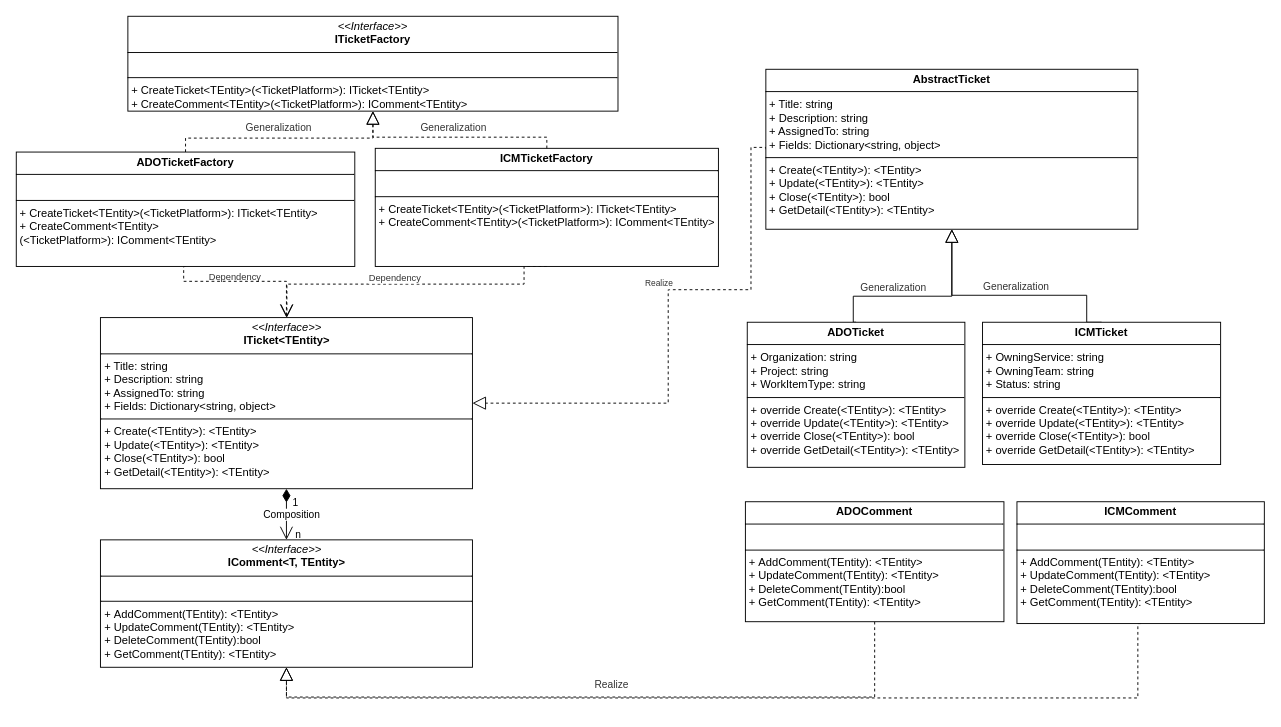
Before: page "Page-10" (10 of 11) of 2.drawio in hy986/Repo_0110, a draw.io diagram. Source tidied: cells renumbered, new cells numbered last; positions are measured from the earlier drawing's top-left corner, leaving out a move shared by most shapes. Both pictures are drawn from the tidied source at 93%, with x=0, y=0 at pixel (16, 16).
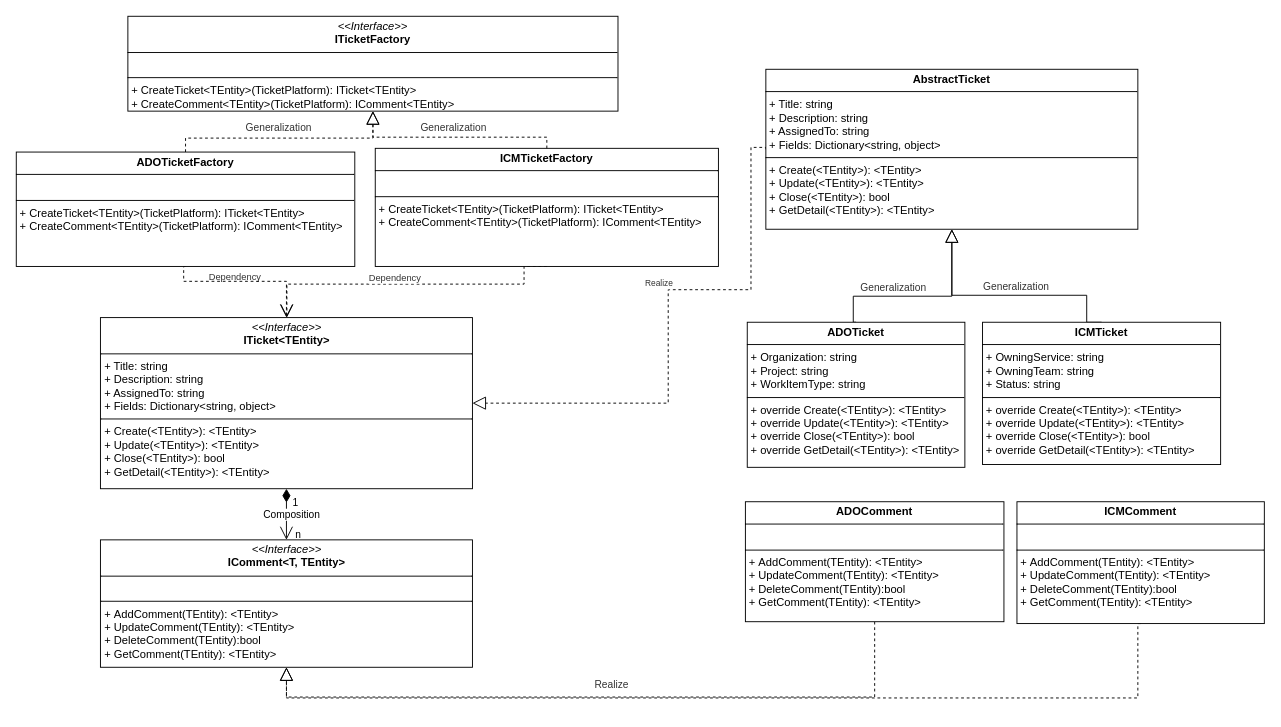
The same diagram, later.

What changed in the source:
```diff
@@
-    <mxCell id="6" value="&lt;p style=&quot;margin:0px;margin-top:4px;text-align:center;&quot;&gt;&lt;i&gt;&amp;lt;&amp;lt;Interface&amp;gt;&amp;gt;&lt;/i&gt;&lt;br&gt;&lt;b&gt;ITicket&amp;lt;TEntity&amp;gt;&lt;/b&gt;&lt;/p&gt;&lt;hr size=&quot;1&quot; style=&quot;border-style:solid;&quot;&gt;&lt;p style=&quot;margin:0px;margin-left:4px;&quot;&gt;+ Title: string&lt;br&gt;+ Description: string&lt;/p&gt;&lt;p style=&quot;margin:0px;margin-left:4px;&quot;&gt;+ AssignedTo: string&lt;/p&gt;&lt;p style=&quot;margin:0px;margin-left:4px;&quot;&gt;+ Fields: Dictionary&amp;lt;string, object&amp;gt;&lt;/p&gt;&lt;hr size=&quot;1&quot; style=&quot;border-style:solid;&quot;&gt;&lt;p style=&quot;margin:0px;margin-left:4px;&quot;&gt;+ Create(&amp;lt;&lt;span style=&quot;text-align: center;&quot;&gt;TEntity&lt;/span&gt;&amp;gt;&lt;span style=&quot;background-color: initial;&quot;&gt;): &amp;lt;&lt;/span&gt;&lt;span style=&quot;text-align: center;&quot;&gt;TEntity&lt;/span&gt;&lt;span style=&quot;background-color: initial;&quot;&gt;&amp;gt;&lt;/span&gt;&lt;/p&gt;&lt;p style=&quot;margin:0px;margin-left:4px;&quot;&gt;+ Update(&amp;lt;&lt;span style=&quot;text-align: center;&quot;&gt;TEntity&lt;/span&gt;&amp;gt;):&amp;nbsp;&lt;span style=&quot;background-color: initial;&quot;&gt;&amp;lt;&lt;/span&gt;&lt;span style=&quot;text-align: center;&quot;&gt;TEntity&lt;/span&gt;&lt;span style=&quot;background-color: initial;&quot;&gt;&amp;gt;&lt;/span&gt;&lt;/p&gt;&lt;p style=&quot;margin:0px;margin-left:4px;&quot;&gt;+&amp;nbsp;Close(&lt;span style=&quot;background-color: initial;&quot;&gt;&amp;lt;&lt;/span&gt;TEntity&lt;span style=&quot;background-color: initial;&quot;&gt;&amp;gt;&lt;/span&gt;&lt;span style=&quot;background-color: initial;&quot;&gt;): bool&lt;/span&gt;&lt;/p&gt;&lt;p style=&quot;margin:0px;margin-left:4px;&quot;&gt;+ GetDetail(&lt;span style=&quot;background-color: initial;&quot;&gt;&amp;lt;&lt;/span&gt;TEntity&lt;span style=&quot;background-color: initial;&quot;&gt;&amp;gt;&lt;/span&gt;&lt;span style=&quot;background-color: initial;&quot;&gt;): &amp;lt;&lt;/span&gt;&lt;span style=&quot;text-align: center;&quot;&gt;TEntity&lt;/span&gt;&lt;span style=&quot;background-color: initial;&quot;&gt;&amp;gt;&lt;/span&gt;&lt;/p&gt;" style="verticalAlign=top;align=left;overflow=fill;html=1;whiteSpace=wrap;" parent="1" vertex="1">
+    <mxCell id="6" value="&lt;p style=&quot;margin:0px;margin-top:4px;text-align:center;&quot;&gt;&lt;i&gt;&amp;lt;&amp;lt;Interface&amp;gt;&amp;gt;&lt;/i&gt;&lt;br&gt;&lt;b&gt;ITicket&amp;lt;TEntity&amp;gt;&lt;/b&gt;&lt;/p&gt;&lt;hr size=&quot;1&quot; style=&quot;border-style:solid;&quot;&gt;&lt;p style=&quot;margin:0px;margin-left:4px;&quot;&gt;+ Title: string&lt;br&gt;+ Description: string&lt;/p&gt;&lt;p style=&quot;margin:0px;margin-left:4px;&quot;&gt;+ AssignedTo: string&lt;br&gt;&lt;/p&gt;&lt;p style=&quot;margin:0px;margin-left:4px;&quot;&gt;+ Fields: Dictionary&amp;lt;string, object&amp;gt;&lt;/p&gt;&lt;hr size=&quot;1&quot; style=&quot;border-style:solid;&quot;&gt;&lt;p style=&quot;margin:0px;margin-left:4px;&quot;&gt;+ Create(&amp;lt;&lt;span style=&quot;text-align: center;&quot;&gt;TEntity&lt;/span&gt;&amp;gt;&lt;span style=&quot;background-color: initial;&quot;&gt;): &amp;lt;&lt;/span&gt;&lt;span style=&quot;text-align: center;&quot;&gt;TEntity&lt;/span&gt;&lt;span style=&quot;background-color: initial;&quot;&gt;&amp;gt;&lt;/span&gt;&lt;/p&gt;&lt;p style=&quot;margin:0px;margin-left:4px;&quot;&gt;+ Update(&amp;lt;&lt;span style=&quot;text-align: center;&quot;&gt;TEntity&lt;/span&gt;&amp;gt;):&amp;nbsp;&lt;span style=&quot;background-color: initial;&quot;&gt;&amp;lt;&lt;/span&gt;&lt;span style=&quot;text-align: center;&quot;&gt;TEntity&lt;/span&gt;&lt;span style=&quot;background-color: initial;&quot;&gt;&amp;gt;&lt;/span&gt;&lt;/p&gt;&lt;p style=&quot;margin:0px;margin-left:4px;&quot;&gt;+&amp;nbsp;Close(&lt;span style=&quot;background-color: initial;&quot;&gt;&amp;lt;&lt;/span&gt;TEntity&lt;span style=&quot;background-color: initial;&quot;&gt;&amp;gt;&lt;/span&gt;&lt;span style=&quot;background-color: initial;&quot;&gt;): bool&lt;/span&gt;&lt;/p&gt;&lt;p style=&quot;margin:0px;margin-left:4px;&quot;&gt;+ GetDetail(&lt;span style=&quot;background-color: initial;&quot;&gt;&amp;lt;&lt;/span&gt;TEntity&lt;span style=&quot;background-color: initial;&quot;&gt;&amp;gt;&lt;/span&gt;&lt;span style=&quot;background-color: initial;&quot;&gt;): &amp;lt;&lt;/span&gt;&lt;span style=&quot;text-align: center;&quot;&gt;TEntity&lt;/span&gt;&lt;span style=&quot;background-color: initial;&quot;&gt;&amp;gt;&lt;/span&gt;&lt;/p&gt;" style="verticalAlign=top;align=left;overflow=fill;html=1;whiteSpace=wrap;" parent="1" vertex="1">
       <mxGeometry x="90.5" y="324" width="400" height="184" as="geometry" />
     </mxCell>
@@
-    <mxCell id="13" value="&lt;p style=&quot;margin:0px;margin-top:4px;text-align:center;&quot;&gt;&lt;i&gt;&amp;lt;&amp;lt;Interface&amp;gt;&amp;gt;&lt;/i&gt;&lt;br&gt;&lt;b&gt;ITicketFactory&lt;/b&gt;&lt;/p&gt;&lt;hr size=&quot;1&quot; style=&quot;border-style:solid;&quot;&gt;&lt;p style=&quot;margin:0px;margin-left:4px;&quot;&gt;&lt;br&gt;&lt;/p&gt;&lt;hr size=&quot;1&quot; style=&quot;border-style:solid;&quot;&gt;&lt;p style=&quot;margin:0px;margin-left:4px;&quot;&gt;+ CreateTicket&lt;span style=&quot;background-color: initial;&quot;&gt;&amp;lt;T&lt;/span&gt;&lt;span style=&quot;background-color: initial;&quot;&gt;Entity&amp;gt;&lt;/span&gt;&lt;span style=&quot;background-color: initial;&quot;&gt;(&amp;lt;&lt;/span&gt;&lt;span style=&quot;background-color: initial;&quot;&gt;TicketPlatform&amp;gt;):&amp;nbsp;&lt;/span&gt;&lt;span style=&quot;background-color: initial;&quot; class=&quot;hljs-title&quot;&gt;ITicket&lt;/span&gt;&lt;span style=&quot;background-color: initial;&quot;&gt;&amp;lt;&lt;/span&gt;&lt;span style=&quot;background-color: initial;&quot; class=&quot;hljs-title&quot;&gt;TEntity&lt;/span&gt;&lt;span style=&quot;background-color: initial;&quot;&gt;&amp;gt;&lt;/span&gt;&lt;/p&gt;&lt;p style=&quot;margin:0px;margin-left:4px;&quot;&gt;+ CreateComment&lt;span style=&quot;background-color: initial;&quot;&gt;&amp;lt;&lt;/span&gt;&lt;span style=&quot;background-color: initial;&quot;&gt;TEntity&amp;gt;&lt;/span&gt;&lt;span style=&quot;background-color: initial;&quot;&gt;(&amp;lt;&lt;/span&gt;TicketPlatform&lt;span style=&quot;background-color: initial;&quot;&gt;&amp;gt;):&amp;nbsp;&lt;/span&gt;&lt;span style=&quot;background-color: initial;&quot; class=&quot;hljs-title&quot;&gt;IComment&lt;/span&gt;&lt;span style=&quot;background-color: initial;&quot;&gt;&amp;lt;&lt;/span&gt;&lt;span style=&quot;background-color: initial;&quot; class=&quot;hljs-title&quot;&gt;TEntity&lt;/span&gt;&lt;span style=&quot;background-color: initial;&quot;&gt;&amp;gt;&lt;/span&gt;&lt;/p&gt;" style="verticalAlign=top;align=left;overflow=fill;html=1;whiteSpace=wrap;fillColor=default;rounded=0;fillStyle=auto;strokeColor=default;" parent="1" vertex="1">
+    <mxCell id="13" value="&lt;p style=&quot;margin:0px;margin-top:4px;text-align:center;&quot;&gt;&lt;i&gt;&amp;lt;&amp;lt;Interface&amp;gt;&amp;gt;&lt;/i&gt;&lt;br&gt;&lt;b&gt;ITicketFactory&lt;/b&gt;&lt;/p&gt;&lt;hr size=&quot;1&quot; style=&quot;border-style:solid;&quot;&gt;&lt;p style=&quot;margin:0px;margin-left:4px;&quot;&gt;&lt;br&gt;&lt;/p&gt;&lt;hr size=&quot;1&quot; style=&quot;border-style:solid;&quot;&gt;&lt;p style=&quot;margin:0px;margin-left:4px;&quot;&gt;+ CreateTicket&lt;span style=&quot;background-color: initial;&quot;&gt;&amp;lt;T&lt;/span&gt;&lt;span style=&quot;background-color: initial;&quot;&gt;Entity&amp;gt;&lt;/span&gt;&lt;span style=&quot;background-color: initial;&quot;&gt;(&lt;/span&gt;&lt;span style=&quot;background-color: initial;&quot;&gt;TicketPlatform&lt;/span&gt;&lt;span style=&quot;background-color: initial;&quot;&gt;):&amp;nbsp;&lt;/span&gt;&lt;span style=&quot;background-color: initial;&quot; class=&quot;hljs-title&quot;&gt;ITicket&lt;/span&gt;&lt;span style=&quot;background-color: initial;&quot;&gt;&amp;lt;&lt;/span&gt;&lt;span style=&quot;background-color: initial;&quot; class=&quot;hljs-title&quot;&gt;TEntity&lt;/span&gt;&lt;span style=&quot;background-color: initial;&quot;&gt;&amp;gt;&lt;/span&gt;&lt;/p&gt;&lt;p style=&quot;margin:0px;margin-left:4px;&quot;&gt;+ CreateComment&lt;span style=&quot;background-color: initial;&quot;&gt;&amp;lt;&lt;/span&gt;&lt;span style=&quot;background-color: initial;&quot;&gt;TEntity&amp;gt;&lt;/span&gt;&lt;span style=&quot;background-color: initial;&quot;&gt;(&lt;/span&gt;&lt;span style=&quot;background-color: initial;&quot;&gt;TicketPlatform&lt;/span&gt;&lt;span style=&quot;background-color: initial;&quot;&gt;):&amp;nbsp;&lt;/span&gt;&lt;span style=&quot;background-color: initial;&quot; class=&quot;hljs-title&quot;&gt;IComment&lt;/span&gt;&lt;span style=&quot;background-color: initial;&quot;&gt;&amp;lt;&lt;/span&gt;&lt;span style=&quot;background-color: initial;&quot; class=&quot;hljs-title&quot;&gt;TEntity&lt;/span&gt;&lt;span style=&quot;background-color: initial;&quot;&gt;&amp;gt;&lt;/span&gt;&lt;/p&gt;" style="verticalAlign=top;align=left;overflow=fill;html=1;whiteSpace=wrap;fillColor=default;rounded=0;fillStyle=auto;strokeColor=default;" parent="1" vertex="1">
       <mxGeometry x="120" width="527" height="102" as="geometry" />
     </mxCell>
@@
-    <mxCell id="20" value="&lt;p style=&quot;margin:0px;margin-top:4px;text-align:center;&quot;&gt;&lt;b&gt;ICMTicketFactory&lt;/b&gt;&lt;/p&gt;&lt;hr size=&quot;1&quot; style=&quot;border-style:solid;&quot;&gt;&lt;p style=&quot;margin:0px;margin-left:4px;&quot;&gt;&lt;br&gt;&lt;/p&gt;&lt;hr size=&quot;1&quot; style=&quot;border-style:solid;&quot;&gt;&lt;p style=&quot;margin: 0px 0px 0px 4px;&quot;&gt;+ CreateTicket&lt;span style=&quot;background-color: initial;&quot;&gt;&amp;lt;&lt;/span&gt;&lt;span style=&quot;background-color: initial;&quot;&gt;TEntity&amp;gt;&lt;/span&gt;&lt;span style=&quot;background-color: initial;&quot;&gt;(&lt;/span&gt;&amp;lt;TicketPlatform&amp;gt;&lt;span style=&quot;background-color: initial;&quot;&gt;):&amp;nbsp;&lt;/span&gt;&lt;span style=&quot;background-color: initial;&quot; class=&quot;hljs-title&quot;&gt;ITicket&lt;/span&gt;&lt;span style=&quot;background-color: initial;&quot;&gt;&amp;lt;&lt;/span&gt;&lt;span style=&quot;background-color: initial;&quot; class=&quot;hljs-title&quot;&gt;TEntity&lt;/span&gt;&lt;span style=&quot;background-color: initial;&quot;&gt;&amp;gt;&lt;/span&gt;&lt;/p&gt;&lt;p style=&quot;margin: 0px 0px 0px 4px;&quot;&gt;+ CreateComment&lt;span style=&quot;background-color: initial;&quot;&gt;&amp;lt;&lt;/span&gt;&lt;span style=&quot;background-color: initial;&quot;&gt;TEntity&amp;gt;&lt;/span&gt;&lt;span style=&quot;background-color: initial;&quot;&gt;(&amp;lt;&lt;/span&gt;TicketPlatform&lt;span style=&quot;background-color: initial;&quot;&gt;&amp;gt;):&amp;nbsp;&lt;/span&gt;&lt;span style=&quot;background-color: initial;&quot; class=&quot;hljs-title&quot;&gt;IComment&lt;/span&gt;&lt;span style=&quot;background-color: initial;&quot;&gt;&amp;lt;&lt;/span&gt;&lt;span style=&quot;background-color: initial;&quot; class=&quot;hljs-title&quot;&gt;TEntity&lt;/span&gt;&lt;span style=&quot;background-color: initial;&quot;&gt;&amp;gt;&lt;/span&gt;&lt;span style=&quot;background-color: initial;&quot;&gt;&lt;/span&gt;&lt;/p&gt;" style="verticalAlign=top;align=left;overflow=fill;html=1;whiteSpace=wrap;" parent="1" vertex="1">
+    <mxCell id="20" value="&lt;p style=&quot;margin:0px;margin-top:4px;text-align:center;&quot;&gt;&lt;b&gt;ICMTicketFactory&lt;/b&gt;&lt;/p&gt;&lt;hr size=&quot;1&quot; style=&quot;border-style:solid;&quot;&gt;&lt;p style=&quot;margin:0px;margin-left:4px;&quot;&gt;&lt;br&gt;&lt;/p&gt;&lt;hr size=&quot;1&quot; style=&quot;border-style:solid;&quot;&gt;&lt;p style=&quot;margin: 0px 0px 0px 4px;&quot;&gt;+ CreateTicket&lt;span style=&quot;background-color: initial;&quot;&gt;&amp;lt;&lt;/span&gt;&lt;span style=&quot;background-color: initial;&quot;&gt;TEntity&amp;gt;&lt;/span&gt;&lt;span style=&quot;background-color: initial;&quot;&gt;(&lt;/span&gt;&lt;span style=&quot;background-color: initial;&quot;&gt;TicketPlatform&lt;/span&gt;&lt;span style=&quot;background-color: initial;&quot;&gt;):&amp;nbsp;&lt;/span&gt;&lt;span style=&quot;background-color: initial;&quot; class=&quot;hljs-title&quot;&gt;ITicket&lt;/span&gt;&lt;span style=&quot;background-color: initial;&quot;&gt;&amp;lt;&lt;/span&gt;&lt;span style=&quot;background-color: initial;&quot; class=&quot;hljs-title&quot;&gt;TEntity&lt;/span&gt;&lt;span style=&quot;background-color: initial;&quot;&gt;&amp;gt;&lt;/span&gt;&lt;/p&gt;&lt;p style=&quot;margin: 0px 0px 0px 4px;&quot;&gt;+ CreateComment&lt;span style=&quot;background-color: initial;&quot;&gt;&amp;lt;&lt;/span&gt;&lt;span style=&quot;background-color: initial;&quot;&gt;TEntity&amp;gt;&lt;/span&gt;&lt;span style=&quot;background-color: initial;&quot;&gt;(&lt;/span&gt;&lt;span style=&quot;background-color: initial;&quot;&gt;TicketPlatform&lt;/span&gt;&lt;span style=&quot;background-color: initial;&quot;&gt;):&amp;nbsp;&lt;/span&gt;&lt;span style=&quot;background-color: initial;&quot; class=&quot;hljs-title&quot;&gt;IComment&lt;/span&gt;&lt;span style=&quot;background-color: initial;&quot;&gt;&amp;lt;&lt;/span&gt;&lt;span style=&quot;background-color: initial;&quot; class=&quot;hljs-title&quot;&gt;TEntity&lt;/span&gt;&lt;span style=&quot;background-color: initial;&quot;&gt;&amp;gt;&lt;/span&gt;&lt;/p&gt;" style="verticalAlign=top;align=left;overflow=fill;html=1;whiteSpace=wrap;" parent="1" vertex="1">
       <mxGeometry x="386" y="142" width="369" height="127" as="geometry" />
     </mxCell>
@@
-    <mxCell id="25" value="&lt;p style=&quot;margin:0px;margin-top:4px;text-align:center;&quot;&gt;&lt;b&gt;ADOTicketFactory&lt;/b&gt;&lt;/p&gt;&lt;hr size=&quot;1&quot; style=&quot;border-style:solid;&quot;&gt;&lt;p style=&quot;margin:0px;margin-left:4px;&quot;&gt;&lt;br&gt;&lt;/p&gt;&lt;hr size=&quot;1&quot; style=&quot;border-style:solid;&quot;&gt;&lt;p style=&quot;margin: 0px 0px 0px 4px;&quot;&gt;+ CreateTicket&lt;span style=&quot;background-color: initial;&quot;&gt;&amp;lt;&lt;/span&gt;&lt;span style=&quot;background-color: initial;&quot;&gt;TEntity&amp;gt;&lt;/span&gt;&lt;span style=&quot;background-color: initial;&quot;&gt;(&lt;/span&gt;&amp;lt;TicketPlatform&amp;gt;&lt;span style=&quot;background-color: initial;&quot;&gt;):&amp;nbsp;&lt;/span&gt;&lt;span style=&quot;background-color: initial;&quot; class=&quot;hljs-title&quot;&gt;ITicket&lt;/span&gt;&lt;span style=&quot;background-color: initial;&quot;&gt;&amp;lt;&lt;/span&gt;&lt;span style=&quot;background-color: initial;&quot; class=&quot;hljs-title&quot;&gt;TEntity&lt;/span&gt;&lt;span style=&quot;background-color: initial;&quot;&gt;&amp;gt;&lt;/span&gt;&lt;/p&gt;&lt;p style=&quot;margin: 0px 0px 0px 4px;&quot;&gt;+ CreateComment&lt;span style=&quot;background-color: initial;&quot;&gt;&amp;lt;&lt;/span&gt;&lt;span style=&quot;background-color: initial;&quot;&gt;TEntity&amp;gt;&lt;/span&gt;&lt;span style=&quot;background-color: initial;&quot;&gt;(&amp;lt;&lt;/span&gt;TicketPlatform&lt;span style=&quot;background-color: initial;&quot;&gt;&amp;gt;):&amp;nbsp;&lt;/span&gt;&lt;span style=&quot;background-color: initial;&quot; class=&quot;hljs-title&quot;&gt;IComment&lt;/span&gt;&lt;span style=&quot;background-color: initial;&quot;&gt;&amp;lt;&lt;/span&gt;&lt;span style=&quot;background-color: initial;&quot; class=&quot;hljs-title&quot;&gt;TEntity&lt;/span&gt;&lt;span style=&quot;background-color: initial;&quot;&gt;&amp;gt;&lt;/span&gt;&lt;span style=&quot;background-color: initial;&quot;&gt;&lt;/span&gt;&lt;/p&gt;" style="verticalAlign=top;align=left;overflow=fill;html=1;whiteSpace=wrap;" parent="1" vertex="1">
+    <mxCell id="25" value="&lt;p style=&quot;margin:0px;margin-top:4px;text-align:center;&quot;&gt;&lt;b&gt;ADOTicketFactory&lt;/b&gt;&lt;/p&gt;&lt;hr size=&quot;1&quot; style=&quot;border-style:solid;&quot;&gt;&lt;p style=&quot;margin:0px;margin-left:4px;&quot;&gt;&lt;br&gt;&lt;/p&gt;&lt;hr size=&quot;1&quot; style=&quot;border-style:solid;&quot;&gt;&lt;p style=&quot;margin: 0px 0px 0px 4px;&quot;&gt;+ CreateTicket&lt;span style=&quot;background-color: initial;&quot;&gt;&amp;lt;&lt;/span&gt;&lt;span style=&quot;background-color: initial;&quot;&gt;TEntity&amp;gt;&lt;/span&gt;&lt;span style=&quot;background-color: initial;&quot;&gt;(&lt;/span&gt;&lt;span style=&quot;background-color: initial;&quot;&gt;TicketPlatform&lt;/span&gt;&lt;span style=&quot;background-color: initial;&quot;&gt;):&amp;nbsp;&lt;/span&gt;&lt;span style=&quot;background-color: initial;&quot; class=&quot;hljs-title&quot;&gt;ITicket&lt;/span&gt;&lt;span style=&quot;background-color: initial;&quot;&gt;&amp;lt;&lt;/span&gt;&lt;span style=&quot;background-color: initial;&quot; class=&quot;hljs-title&quot;&gt;TEntity&lt;/span&gt;&lt;span style=&quot;background-color: initial;&quot;&gt;&amp;gt;&lt;/span&gt;&lt;/p&gt;&lt;p style=&quot;margin: 0px 0px 0px 4px;&quot;&gt;+ CreateComment&lt;span style=&quot;background-color: initial;&quot;&gt;&amp;lt;&lt;/span&gt;&lt;span style=&quot;background-color: initial;&quot;&gt;TEntity&amp;gt;&lt;/span&gt;&lt;span style=&quot;background-color: initial;&quot;&gt;(&lt;/span&gt;&lt;span style=&quot;background-color: initial;&quot;&gt;TicketPlatform&lt;/span&gt;&lt;span style=&quot;background-color: initial;&quot;&gt;):&amp;nbsp;&lt;/span&gt;&lt;span style=&quot;background-color: initial;&quot; class=&quot;hljs-title&quot;&gt;IComment&lt;/span&gt;&lt;span style=&quot;background-color: initial;&quot;&gt;&amp;lt;&lt;/span&gt;&lt;span style=&quot;background-color: initial;&quot; class=&quot;hljs-title&quot;&gt;TEntity&lt;/span&gt;&lt;span style=&quot;background-color: initial;&quot;&gt;&amp;gt;&lt;/span&gt;&lt;/p&gt;" style="verticalAlign=top;align=left;overflow=fill;html=1;whiteSpace=wrap;" parent="1" vertex="1">
       <mxGeometry y="146" width="364" height="123" as="geometry" />
     </mxCell>
```
